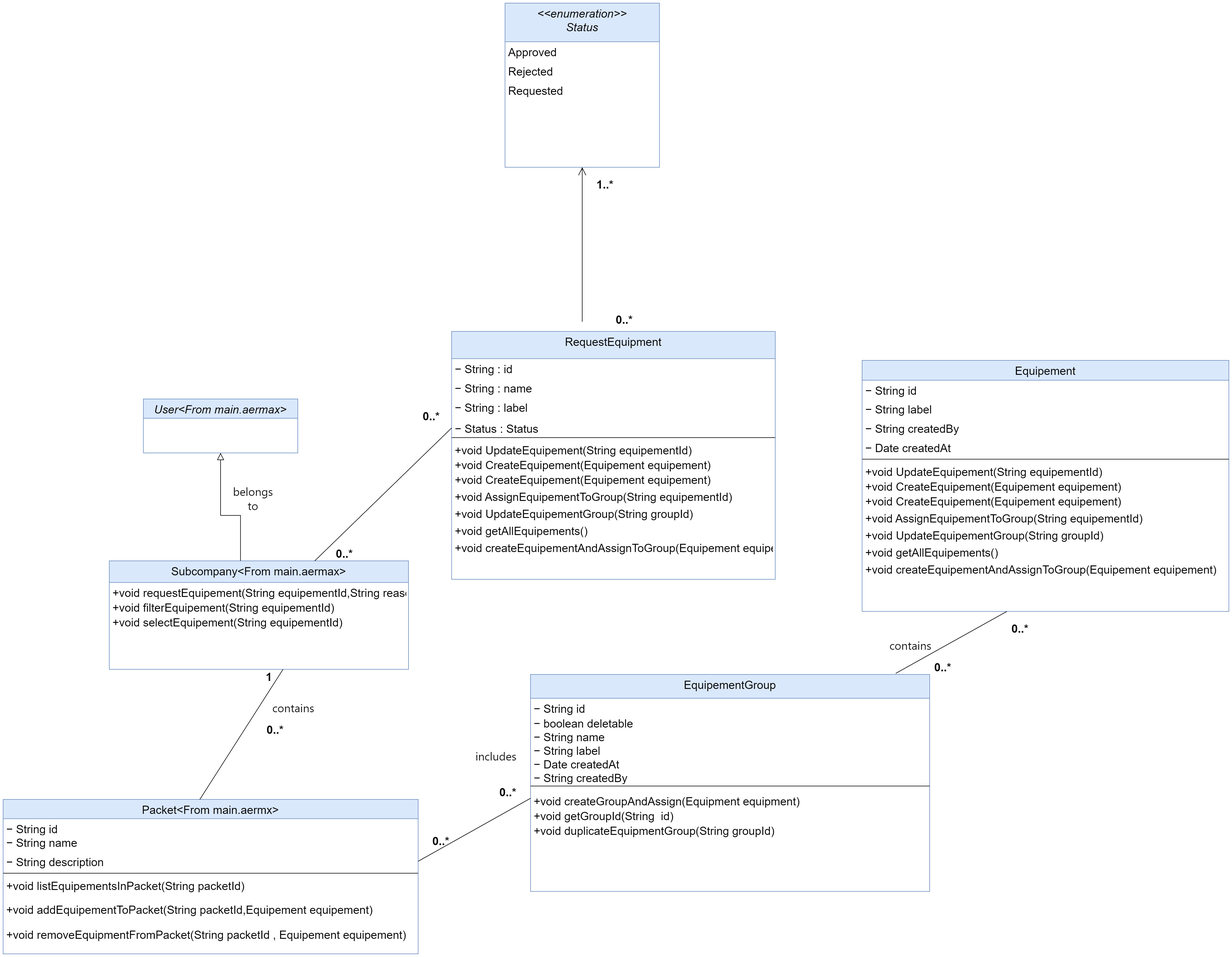
The draw.io diagram src/assets/diagrams/DynamiEquipementListPng.png in doniaskima/isimm-end-of-studies-project, before a commit. Source tidied: cells renumbered, new cells last; positions are measured from the earlier drawing's top-left corner, leaving out a move shared by most shapes.
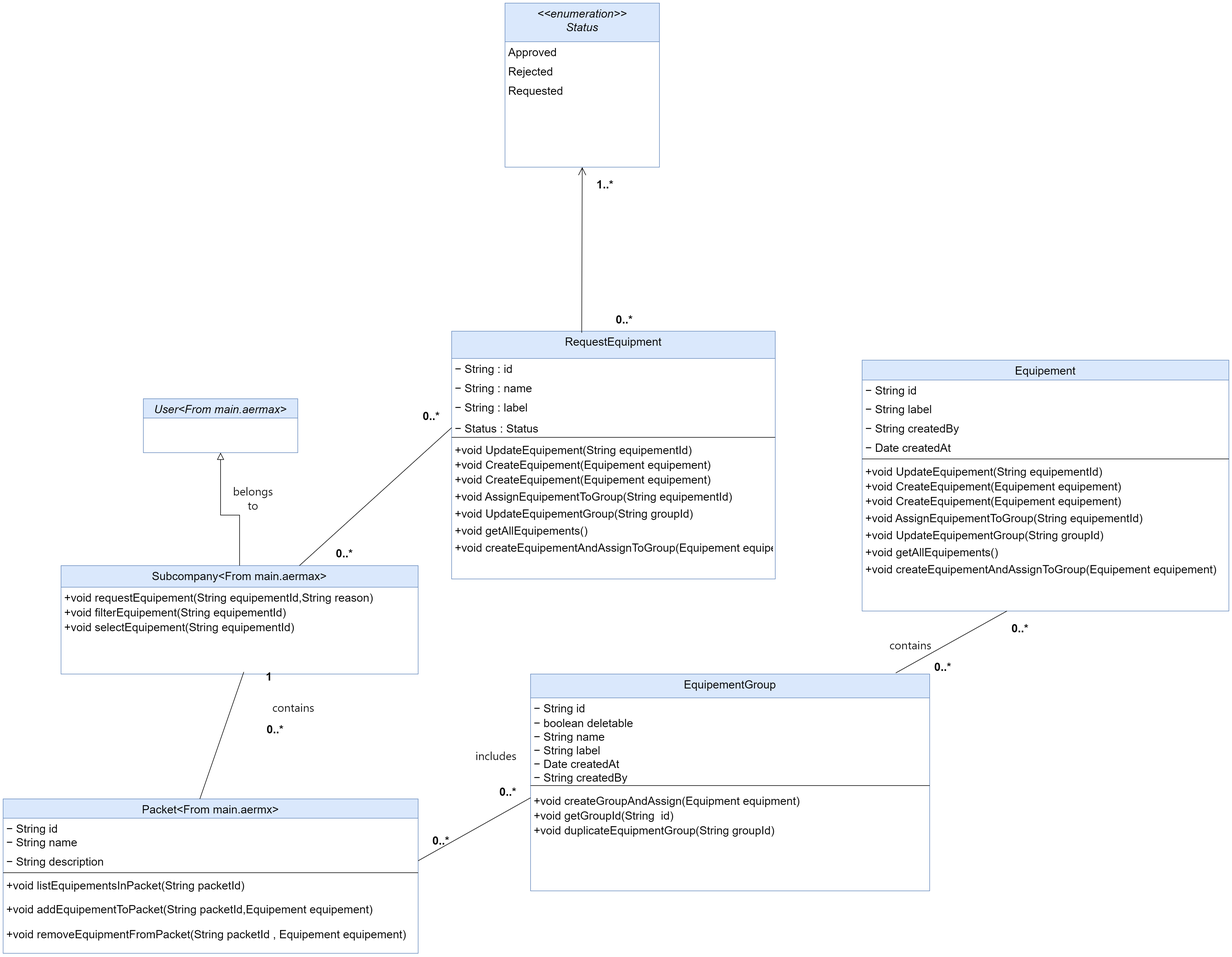
The same file after the commit.

What changed in the source:
```diff
@@ -6,20 +6,19 @@
       <mxGeometry x="247" y="697" width="272" height="95" as="geometry" />
     </mxCell>
     <mxCell id="3" value="Subcompany&lt;From main.aermax&gt;&#10;" style="swimlane;fontStyle=0;align=center;verticalAlign=top;horizontal=1;startSize=38;rounded=0;shadow=0;strokeWidth=1;fillColor=#dae8fc;strokeColor=#6c8ebf;fontSize=20;" parent="1" vertex="1">
-      <mxGeometry x="187" y="982" width="527" height="191" as="geometry" />
+      <mxGeometry x="102" y="991" width="629" height="191" as="geometry" />
     </mxCell>
     <mxCell id="4" value="+void requestEquipement(String equipementId,String reason)" style="text;align=left;verticalAlign=top;spacingLeft=4;spacingRight=4;overflow=hidden;fontSize=20;" parent="3" vertex="1">
-      <mxGeometry y="38" width="527" height="26" as="geometry" />
+      <mxGeometry y="38" width="629" height="26" as="geometry" />
     </mxCell>
     <mxCell id="5" value="+void filterEquipement(String equipementId)" style="text;align=left;verticalAlign=top;spacingLeft=4;spacingRight=4;overflow=hidden;fontSize=20;" parent="3" vertex="1">
-      <mxGeometry y="64" width="527" height="26" as="geometry" />
+      <mxGeometry y="64" width="629" height="26" as="geometry" />
     </mxCell>
     <mxCell id="6" value="+void selectEquipement(String equipementId)" style="text;align=left;verticalAlign=top;spacingLeft=4;spacingRight=4;overflow=hidden;fontSize=20;" parent="3" vertex="1">
-      <mxGeometry y="90" width="527" height="26" as="geometry" />
+      <mxGeometry y="90" width="629" height="26" as="geometry" />
     </mxCell>
-    <mxCell id="7" style="endArrow=block;endSize=10;endFill=0;shadow=0;strokeWidth=1;rounded=0;curved=0;edgeStyle=elbowEdgeStyle;elbow=vertical;entryX=0.5;entryY=1;entryDx=0;entryDy=0;fontSize=20;" parent="1" edge="1" target="2">
+    <mxCell id="7" style="endArrow=block;endSize=10;endFill=0;shadow=0;strokeWidth=1;rounded=0;curved=0;edgeStyle=elbowEdgeStyle;elbow=vertical;entryX=0.5;entryY=1;entryDx=0;entryDy=0;fontSize=20;exitX=0.5;exitY=0;exitDx=0;exitDy=0;" parent="1" edge="1" source="3" target="2">
       <mxGeometry relative="1" as="geometry">
-        <mxPoint x="418.2" y="982" as="sourcePoint" />
         <Array as="points">
           <mxPoint x="418.2" y="902" />
         </Array>
@@ -121,10 +120,8 @@
     <mxCell id="39" value="+void duplicateEquipmentGroup(String groupId)" style="text;align=left;verticalAlign=top;spacingLeft=4;spacingRight=4;overflow=hidden;fontSize=20;" parent="29" vertex="1">
       <mxGeometry y="257" width="703" height="30" as="geometry" />
     </mxCell>
-    <mxCell id="40" style="endArrow=none;html=1;rounded=0;exitX=0.474;exitY=0;exitDx=0;exitDy=0;exitPerimeter=0;fontSize=20;" parent="1" edge="1" source="21">
-      <mxGeometry relative="1" as="geometry">
-        <mxPoint x="493" y="1173" as="targetPoint" />
-      </mxGeometry>
+    <mxCell id="40" style="endArrow=none;html=1;rounded=0;exitX=0.474;exitY=0;exitDx=0;exitDy=0;exitPerimeter=0;fontSize=20;entryX=-0.044;entryY=0.203;entryDx=0;entryDy=0;entryPerimeter=0;" parent="1" edge="1" source="21" target="43">
+      <mxGeometry relative="1" as="geometry" />
     </mxCell>
     <mxCell id="41" style="endArrow=none;html=1;rounded=0;exitX=1;exitY=0.5;exitDx=0;exitDy=0;entryX=0;entryY=0.5;entryDx=0;entryDy=0;fontSize=20;" parent="1" edge="1" source="24" target="37">
       <mxGeometry relative="1" as="geometry" />
@@ -226,10 +223,8 @@
     <mxCell id="72" value="Requested" style="text;align=left;verticalAlign=top;spacingLeft=4;spacingRight=4;overflow=hidden;fontSize=20;" parent="69" vertex="1">
       <mxGeometry y="136" width="272" height="34" as="geometry" />
     </mxCell>
-    <mxCell id="73" style="endArrow=open;endFill=1;endSize=12;html=1;rounded=0;entryX=0.5;entryY=1;entryDx=0;entryDy=0;" parent="1" edge="1" target="69">
-      <mxGeometry relative="1" as="geometry">
-        <mxPoint x="1020" y="561" as="sourcePoint" />
-      </mxGeometry>
+    <mxCell id="73" style="endArrow=open;endFill=1;endSize=12;html=1;rounded=0;entryX=0.5;entryY=1;entryDx=0;entryDy=0;exitX=0.402;exitY=0.006;exitDx=0;exitDy=0;exitPerimeter=0;" parent="1" edge="1" source="48" target="69">
+      <mxGeometry relative="1" as="geometry" />
     </mxCell>
     <mxCell id="74" value="0..*" style="text;align=center;fontStyle=1;verticalAlign=middle;spacingLeft=3;spacingRight=3;strokeColor=none;html=1;fontSize=20;" parent="1" vertex="1">
       <mxGeometry x="1054" y="544" width="80" height="26" as="geometry" />
```
